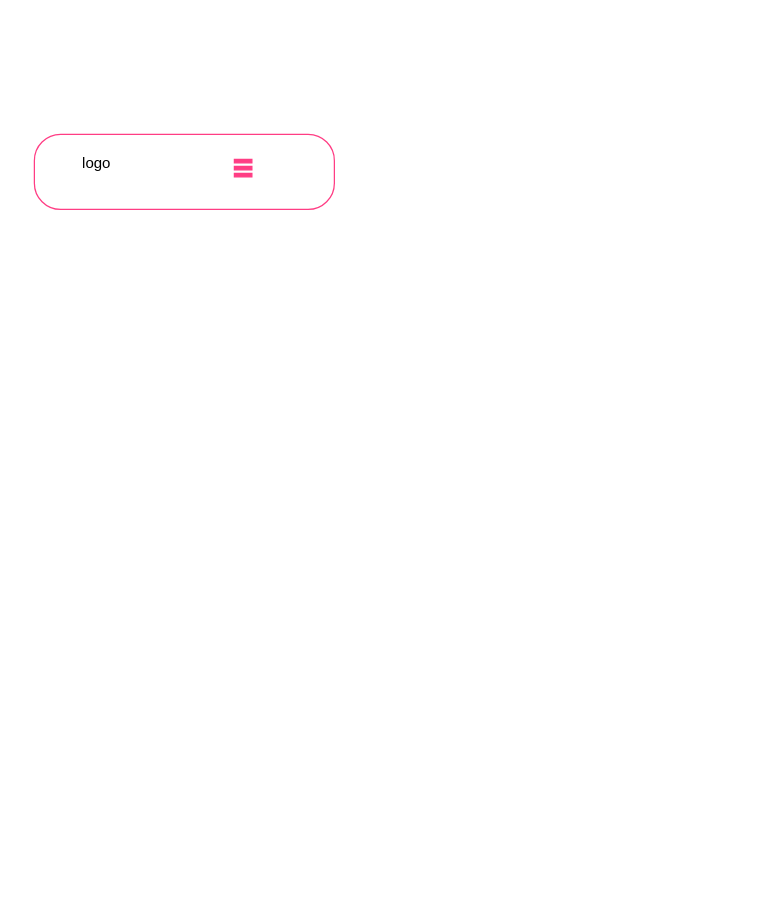
luisguillermotrujillo/landing-page-helados keeps this draw.io diagram as landing page helados.drawio. Above is the earlier version. Source tidied: cells renumbered, new cells numbered last; positions are measured from the earlier drawing's top-left corner, leaving out a move shared by most shapes. Both pictures are drawn from the tidied source at 125%, with x=0, y=0 at pixel (34, 134).
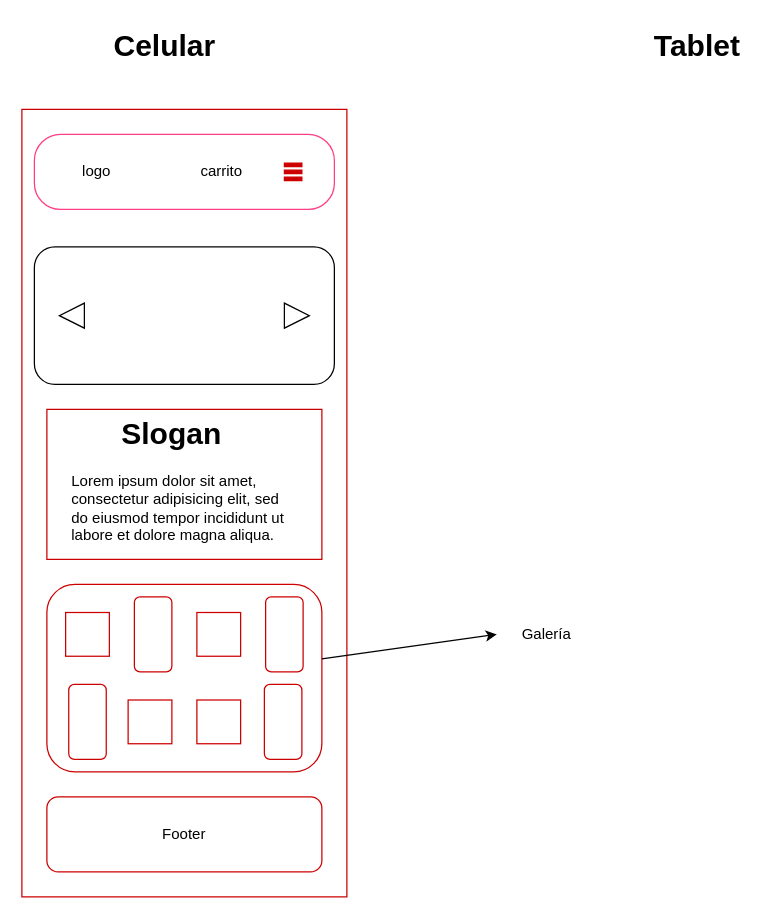
The same page after the edit.

Change to the diagram source:
```diff
@@
+    <mxCell id="5" style="rounded=0;whiteSpace=wrap;html=1;strokeColor=#CC0000;gradientColor=none;" parent="1" vertex="1">
+      <mxGeometry x="-10" y="-20" width="260" height="630" as="geometry" />
+    </mxCell>
@@
+    <mxCell id="4" style="shape=parallelMarker;direction=south;html=1;strokeColor=#CC0000;fillColor=#f8cecc;" parent="1" vertex="1">
+      <mxGeometry x="200" y="23" width="14" height="14" as="geometry" />
+    </mxCell>
+    <mxCell id="6" style="rounded=1;whiteSpace=wrap;html=1;" parent="1" vertex="1">
+      <mxGeometry y="90" width="240" height="110" as="geometry" />
+    </mxCell>
+    <mxCell id="7" style="html=1;shadow=0;dashed=0;align=center;verticalAlign=middle;shape=mxgraph.arrows2.arrow;dy=0.6;dx=40;flipH=1;notch=0;" parent="1" vertex="1">
+      <mxGeometry x="20" y="135" width="20" height="20" as="geometry" />
+    </mxCell>
+    <mxCell id="8" style="html=1;shadow=0;dashed=0;align=center;verticalAlign=middle;shape=mxgraph.arrows2.arrow;dy=0.6;dx=40;flipH=1;notch=0;rotation=-180;" parent="1" vertex="1">
+      <mxGeometry x="200" y="135" width="20" height="20" as="geometry" />
+    </mxCell>
+    <mxCell id="9" value="Celular" style="text;strokeColor=none;fillColor=none;html=1;fontSize=24;fontStyle=1;verticalAlign=middle;align=center;" parent="1" vertex="1">
+      <mxGeometry x="54" y="-90" width="100" height="40" as="geometry" />
+    </mxCell>
+    <mxCell id="10" value="carrito" style="text;html=1;strokeColor=none;fillColor=none;align=center;verticalAlign=middle;whiteSpace=wrap;rounded=0;" parent="1" vertex="1">
+      <mxGeometry x="130" y="20" width="40" height="20" as="geometry" />
+    </mxCell>
-    <mxCell id="3" value="&lt;br&gt;logo&lt;br&gt;&lt;br&gt;&lt;br&gt;" style="text;html=1;strokeColor=none;fillColor=none;align=center;verticalAlign=middle;whiteSpace=wrap;rounded=0;" parent="1" vertex="1">
+    <mxCell id="3" value="logo" style="text;html=1;strokeColor=none;fillColor=none;align=center;verticalAlign=middle;whiteSpace=wrap;rounded=0;" parent="1" vertex="1">
       <mxGeometry x="30" y="20" width="40" height="20" as="geometry" />
     </mxCell>
-    <mxCell id="4" style="shape=parallelMarker;direction=south;html=1;strokeColor=#FF3D84;" parent="1" vertex="1">
-      <mxGeometry x="160" y="20" width="14" height="14" as="geometry" />
-    </mxCell>
+    <mxCell id="11" style="rounded=0;whiteSpace=wrap;html=1;strokeColor=#CC0000;gradientColor=none;" parent="1" vertex="1">
+      <mxGeometry x="10" y="220" width="220" height="120" as="geometry" />
+    </mxCell>
+    <mxCell id="12" value="&lt;h1&gt;&amp;nbsp; &amp;nbsp; &amp;nbsp; Slogan&lt;/h1&gt;&lt;p&gt;Lorem ipsum dolor sit amet, consectetur adipisicing elit, sed do eiusmod tempor incididunt ut labore et dolore magna aliqua.&lt;/p&gt;" style="text;html=1;strokeColor=none;fillColor=none;spacing=5;spacingTop=-20;whiteSpace=wrap;overflow=hidden;rounded=0;" parent="1" vertex="1">
+      <mxGeometry x="25" y="220" width="190" height="120" as="geometry" />
+    </mxCell>
+    <mxCell id="13" style="rounded=1;whiteSpace=wrap;html=1;strokeColor=#CC0000;gradientColor=none;" parent="1" vertex="1">
+      <mxGeometry x="10" y="360" width="220" height="150" as="geometry" />
+    </mxCell>
+    <mxCell id="14" style="whiteSpace=wrap;html=1;strokeColor=#CC0000;gradientColor=none;" parent="1" vertex="1">
+      <mxGeometry x="25" y="382.5" width="35" height="35" as="geometry" />
+    </mxCell>
+    <mxCell id="15" style="rounded=1;whiteSpace=wrap;html=1;strokeColor=#CC0000;gradientColor=none;direction=south;" parent="1" vertex="1">
+      <mxGeometry x="80" y="370" width="30" height="60" as="geometry" />
+    </mxCell>
+    <mxCell id="16" style="whiteSpace=wrap;html=1;strokeColor=#CC0000;gradientColor=none;" parent="1" vertex="1">
+      <mxGeometry x="130" y="382.5" width="35" height="35" as="geometry" />
+    </mxCell>
+    <mxCell id="17" style="rounded=1;whiteSpace=wrap;html=1;strokeColor=#CC0000;gradientColor=none;direction=south;" parent="1" vertex="1">
+      <mxGeometry x="185" y="370" width="30" height="60" as="geometry" />
+    </mxCell>
+    <mxCell id="18" style="rounded=1;whiteSpace=wrap;html=1;strokeColor=#CC0000;gradientColor=none;direction=south;" parent="1" vertex="1">
+      <mxGeometry x="27.5" y="440" width="30" height="60" as="geometry" />
+    </mxCell>
+    <mxCell id="19" style="whiteSpace=wrap;html=1;strokeColor=#CC0000;gradientColor=none;" parent="1" vertex="1">
+      <mxGeometry x="75" y="452.5" width="35" height="35" as="geometry" />
+    </mxCell>
+    <mxCell id="20" style="whiteSpace=wrap;html=1;strokeColor=#CC0000;gradientColor=none;" parent="1" vertex="1">
+      <mxGeometry x="130" y="452.5" width="35" height="35" as="geometry" />
+    </mxCell>
+    <mxCell id="21" style="rounded=1;whiteSpace=wrap;html=1;strokeColor=#CC0000;gradientColor=none;direction=south;" parent="1" vertex="1">
+      <mxGeometry x="184" y="440" width="30" height="60" as="geometry" />
+    </mxCell>
+    <mxCell id="22" style="endArrow=classic;html=1;" parent="1" edge="1" source="13">
+      <mxGeometry relative="1" as="geometry">
+        <mxPoint x="370" y="400" as="targetPoint" />
+      </mxGeometry>
+    </mxCell>
+    <mxCell id="23" value="Galería" style="text;html=1;strokeColor=none;fillColor=none;align=center;verticalAlign=middle;whiteSpace=wrap;rounded=0;" parent="1" vertex="1">
+      <mxGeometry x="390" y="390" width="40" height="20" as="geometry" />
+    </mxCell>
+    <mxCell id="24" style="rounded=1;whiteSpace=wrap;html=1;strokeColor=#CC0000;gradientColor=none;" parent="1" vertex="1">
+      <mxGeometry x="10" y="530" width="220" height="60" as="geometry" />
+    </mxCell>
+    <mxCell id="25" value="Footer" style="text;html=1;strokeColor=none;fillColor=none;align=center;verticalAlign=middle;whiteSpace=wrap;rounded=0;" parent="1" vertex="1">
+      <mxGeometry x="100" y="550" width="40" height="20" as="geometry" />
+    </mxCell>
+    <mxCell id="26" value="Tablet" style="text;strokeColor=none;fillColor=none;html=1;fontSize=24;fontStyle=1;verticalAlign=middle;align=center;" parent="1" vertex="1">
+      <mxGeometry x="480" y="-90" width="100" height="40" as="geometry" />
+    </mxCell>
```
